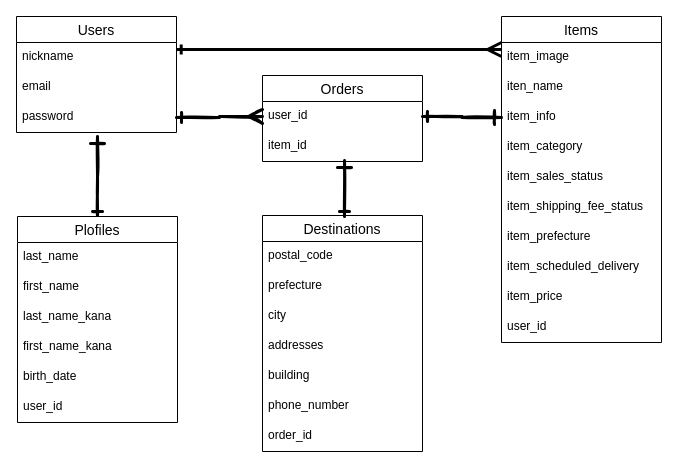
Before: mks-ER.dio in masamizum/furima-kagawa2021-TMS, a draw.io diagram. Source tidied: cells renumbered, new cells numbered last; positions are measured from the earlier drawing's top-left corner, leaving out a move shared by most shapes. Both pictures are drawn from the tidied source at 100%, with x=0, y=0 at pixel (16, 16).
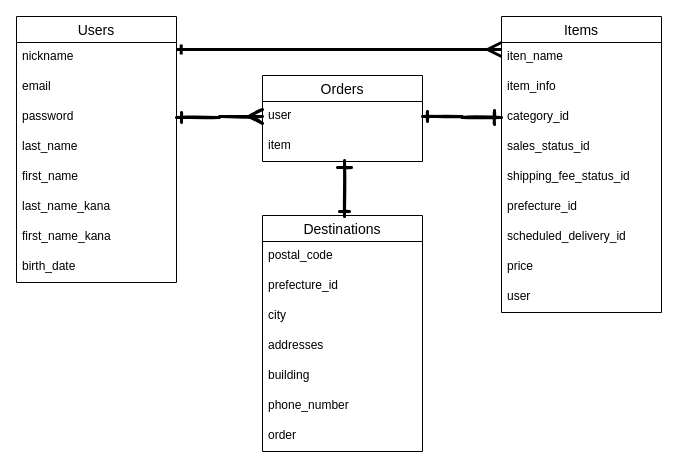
Above is the later version.

Commit message:
UsersテーブルとPlofilesテーブルを統一、ER図変更

合わせてメンターの方の指示、また簡略化のためにカラム名変更

The change refers to these unchanged cells:
```xml
<mxCell id="17" value="Orders" style="swimlane;fontStyle=0;horizontal=1;startSize=26;align=center;fontSize=14;" parent="1" vertex="1">
  <mxGeometry x="246" y="59" width="160" height="86" as="geometry" />
</mxCell>
<mxCell id="29" value="Destinations" style="swimlane;fontStyle=0;horizontal=1;startSize=26;align=center;fontSize=14;" parent="1" vertex="1">
  <mxGeometry x="246" y="199" width="160" height="236" as="geometry" />
</mxCell>
```

What changed in the source:
```diff
@@
     <mxCell id="2" value="Users" style="swimlane;fontStyle=0;horizontal=1;startSize=26;align=center;fontSize=14;" parent="1" vertex="1">
-      <mxGeometry width="160" height="116" as="geometry" />
+      <mxGeometry width="160" height="266" as="geometry" />
     </mxCell>
@@
+    <mxCell id="23" value="last_name" style="text;strokeColor=none;fillColor=none;spacingLeft=4;spacingRight=4;overflow=hidden;fontSize=12;" parent="2" vertex="1">
+      <mxGeometry y="116" width="160" height="30" as="geometry" />
+    </mxCell>
+    <mxCell id="24" value="first_name" style="text;strokeColor=none;fillColor=none;spacingLeft=4;spacingRight=4;overflow=hidden;fontSize=12;" parent="2" vertex="1">
+      <mxGeometry y="146" width="160" height="30" as="geometry" />
+    </mxCell>
+    <mxCell id="25" value="last_name_kana" style="text;strokeColor=none;fillColor=none;spacingLeft=4;spacingRight=4;overflow=hidden;fontSize=12;" parent="2" vertex="1">
+      <mxGeometry y="176" width="160" height="30" as="geometry" />
+    </mxCell>
+    <mxCell id="26" value="first_name_kana" style="text;strokeColor=none;fillColor=none;spacingLeft=4;spacingRight=4;overflow=hidden;fontSize=12;" parent="2" vertex="1">
+      <mxGeometry y="206" width="160" height="30" as="geometry" />
+    </mxCell>
+    <mxCell id="27" value="birth_date" style="text;strokeColor=none;fillColor=none;spacingLeft=4;spacingRight=4;overflow=hidden;fontSize=12;" parent="2" vertex="1">
+      <mxGeometry y="236" width="160" height="30" as="geometry" />
+    </mxCell>
     <mxCell id="6" value="Items" style="swimlane;fontStyle=0;horizontal=1;startSize=26;align=center;fontSize=14;" parent="1" vertex="1">
-      <mxGeometry x="485" width="160" height="326" as="geometry" />
+      <mxGeometry x="485" width="160" height="296" as="geometry" />
     </mxCell>
-    <mxCell id="7" value="item_image" style="text;strokeColor=none;fillColor=none;spacingLeft=4;spacingRight=4;overflow=hidden;fontSize=12;" parent="6" vertex="1">
-      <mxGeometry y="26" width="160" height="30" as="geometry" />
-    </mxCell>
     <mxCell id="8" value="iten_name" style="text;strokeColor=none;fillColor=none;spacingLeft=4;spacingRight=4;overflow=hidden;fontSize=12;" parent="6" vertex="1">
-      <mxGeometry y="56" width="160" height="30" as="geometry" />
+      <mxGeometry y="26" width="160" height="30" as="geometry" />
     </mxCell>
     <mxCell id="9" value="item_info" style="text;strokeColor=none;fillColor=none;spacingLeft=4;spacingRight=4;overflow=hidden;points=[[0,0.5],[1,0.5]];portConstraint=eastwest;fontSize=12;" parent="6" vertex="1">
-      <mxGeometry y="86" width="160" height="30" as="geometry" />
+      <mxGeometry y="56" width="160" height="30" as="geometry" />
     </mxCell>
-    <mxCell id="10" value="item_category" style="text;strokeColor=none;fillColor=none;spacingLeft=4;spacingRight=4;overflow=hidden;points=[[0,0.5],[1,0.5]];portConstraint=eastwest;fontSize=12;" parent="6" vertex="1">
-      <mxGeometry y="116" width="160" height="30" as="geometry" />
+    <mxCell id="10" value="category_id" style="text;strokeColor=none;fillColor=none;spacingLeft=4;spacingRight=4;overflow=hidden;points=[[0,0.5],[1,0.5]];portConstraint=eastwest;fontSize=12;" parent="6" vertex="1">
+      <mxGeometry y="86" width="160" height="30" as="geometry" />
     </mxCell>
-    <mxCell id="11" value="item_sales_status" style="text;strokeColor=none;fillColor=none;spacingLeft=4;spacingRight=4;overflow=hidden;fontSize=12;" parent="6" vertex="1">
-      <mxGeometry y="146" width="160" height="30" as="geometry" />
+    <mxCell id="11" value="sales_status_id" style="text;strokeColor=none;fillColor=none;spacingLeft=4;spacingRight=4;overflow=hidden;fontSize=12;" parent="6" vertex="1">
+      <mxGeometry y="116" width="160" height="30" as="geometry" />
     </mxCell>
-    <mxCell id="12" value="item_shipping_fee_status" style="text;strokeColor=none;fillColor=none;spacingLeft=4;spacingRight=4;overflow=hidden;fontSize=12;" parent="6" vertex="1">
-      <mxGeometry y="176" width="160" height="30" as="geometry" />
+    <mxCell id="12" value="shipping_fee_status_id" style="text;strokeColor=none;fillColor=none;spacingLeft=4;spacingRight=4;overflow=hidden;fontSize=12;" parent="6" vertex="1">
+      <mxGeometry y="146" width="160" height="30" as="geometry" />
     </mxCell>
-    <mxCell id="13" value="item_prefecture" style="text;strokeColor=none;fillColor=none;spacingLeft=4;spacingRight=4;overflow=hidden;fontSize=12;" parent="6" vertex="1">
-      <mxGeometry y="206" width="160" height="30" as="geometry" />
+    <mxCell id="13" value="prefecture_id" style="text;strokeColor=none;fillColor=none;spacingLeft=4;spacingRight=4;overflow=hidden;fontSize=12;" parent="6" vertex="1">
+      <mxGeometry y="176" width="160" height="30" as="geometry" />
     </mxCell>
-    <mxCell id="14" value="item_scheduled_delivery" style="text;strokeColor=none;fillColor=none;spacingLeft=4;spacingRight=4;overflow=hidden;fontSize=12;" parent="6" vertex="1">
-      <mxGeometry y="236" width="160" height="30" as="geometry" />
+    <mxCell id="14" value="scheduled_delivery_id" style="text;strokeColor=none;fillColor=none;spacingLeft=4;spacingRight=4;overflow=hidden;fontSize=12;" parent="6" vertex="1">
+      <mxGeometry y="206" width="160" height="30" as="geometry" />
     </mxCell>
-    <mxCell id="15" value="item_price" style="text;strokeColor=none;fillColor=none;spacingLeft=4;spacingRight=4;overflow=hidden;fontSize=12;" parent="6" vertex="1">
-      <mxGeometry y="266" width="160" height="30" as="geometry" />
+    <mxCell id="15" value="price" style="text;strokeColor=none;fillColor=none;spacingLeft=4;spacingRight=4;overflow=hidden;fontSize=12;" parent="6" vertex="1">
+      <mxGeometry y="236" width="160" height="30" as="geometry" />
     </mxCell>
-    <mxCell id="16" value="user_id" style="text;strokeColor=none;fillColor=none;spacingLeft=4;spacingRight=4;overflow=hidden;fontSize=12;" parent="6" vertex="1">
-      <mxGeometry y="296" width="160" height="30" as="geometry" />
+    <mxCell id="16" value="user" style="text;strokeColor=none;fillColor=none;spacingLeft=4;spacingRight=4;overflow=hidden;fontSize=12;" parent="6" vertex="1">
+      <mxGeometry y="266" width="160" height="30" as="geometry" />
     </mxCell>
@@
-    <mxCell id="18" value="user_id" style="text;strokeColor=none;fillColor=none;spacingLeft=4;spacingRight=4;overflow=hidden;points=[[0,0.5],[1,0.5]];portConstraint=eastwest;fontSize=12;" parent="17" vertex="1">
+    <mxCell id="18" value="user" style="text;strokeColor=none;fillColor=none;spacingLeft=4;spacingRight=4;overflow=hidden;points=[[0,0.5],[1,0.5]];portConstraint=eastwest;fontSize=12;" parent="17" vertex="1">
       <mxGeometry y="26" width="160" height="30" as="geometry" />
     </mxCell>
-    <mxCell id="19" value="item_id" style="text;strokeColor=none;fillColor=none;spacingLeft=4;spacingRight=4;overflow=hidden;fontSize=12;" parent="17" vertex="1">
+    <mxCell id="19" value="item" style="text;strokeColor=none;fillColor=none;spacingLeft=4;spacingRight=4;overflow=hidden;fontSize=12;" parent="17" vertex="1">
       <mxGeometry y="56" width="160" height="30" as="geometry" />
     </mxCell>
@@
-    <mxCell id="21" style="edgeStyle=orthogonalEdgeStyle;rounded=0;sketch=1;jumpSize=10;jettySize=auto;html=1;exitX=0.5;exitY=0;exitDx=0;exitDy=0;startArrow=ERone;startFill=0;endArrow=ERone;endFill=0;endSize=10;strokeWidth=3;" parent="1" edge="1" source="22">
-      <mxGeometry relative="1" as="geometry">
-        <mxPoint x="81" y="120" as="targetPoint" />
-      </mxGeometry>
-    </mxCell>
-    <mxCell id="22" value="Plofiles" style="swimlane;fontStyle=0;horizontal=1;startSize=26;align=center;fontSize=14;" parent="1" vertex="1">
-      <mxGeometry x="1" y="200" width="160" height="206" as="geometry" />
-    </mxCell>
-    <mxCell id="23" value="last_name" style="text;strokeColor=none;fillColor=none;spacingLeft=4;spacingRight=4;overflow=hidden;fontSize=12;" parent="22" vertex="1">
-      <mxGeometry y="26" width="160" height="30" as="geometry" />
-    </mxCell>
-    <mxCell id="24" value="first_name" style="text;strokeColor=none;fillColor=none;spacingLeft=4;spacingRight=4;overflow=hidden;fontSize=12;" parent="22" vertex="1">
-      <mxGeometry y="56" width="160" height="30" as="geometry" />
-    </mxCell>
-    <mxCell id="25" value="last_name_kana" style="text;strokeColor=none;fillColor=none;spacingLeft=4;spacingRight=4;overflow=hidden;fontSize=12;" parent="22" vertex="1">
-      <mxGeometry y="86" width="160" height="30" as="geometry" />
-    </mxCell>
-    <mxCell id="26" value="first_name_kana" style="text;strokeColor=none;fillColor=none;spacingLeft=4;spacingRight=4;overflow=hidden;fontSize=12;" parent="22" vertex="1">
-      <mxGeometry y="116" width="160" height="30" as="geometry" />
-    </mxCell>
-    <mxCell id="27" value="birth_date" style="text;strokeColor=none;fillColor=none;spacingLeft=4;spacingRight=4;overflow=hidden;fontSize=12;" parent="22" vertex="1">
-      <mxGeometry y="146" width="160" height="30" as="geometry" />
-    </mxCell>
-    <mxCell id="28" value="user_id" style="text;strokeColor=none;fillColor=none;spacingLeft=4;spacingRight=4;overflow=hidden;fontSize=12;" parent="22" vertex="1">
-      <mxGeometry y="176" width="160" height="30" as="geometry" />
-    </mxCell>
@@
-    <mxCell id="31" value="prefecture" style="text;strokeColor=none;fillColor=none;spacingLeft=4;spacingRight=4;overflow=hidden;fontSize=12;" parent="29" vertex="1">
+    <mxCell id="31" value="prefecture_id" style="text;strokeColor=none;fillColor=none;spacingLeft=4;spacingRight=4;overflow=hidden;fontSize=12;" parent="29" vertex="1">
       <mxGeometry y="56" width="160" height="30" as="geometry" />
     </mxCell>
@@
-    <mxCell id="36" value="order_id" style="text;strokeColor=none;fillColor=none;spacingLeft=4;spacingRight=4;overflow=hidden;fontSize=12;" parent="29" vertex="1">
+    <mxCell id="36" value="order" style="text;strokeColor=none;fillColor=none;spacingLeft=4;spacingRight=4;overflow=hidden;fontSize=12;" parent="29" vertex="1">
       <mxGeometry y="206" width="160" height="30" as="geometry" />
     </mxCell>
-    <mxCell id="37" style="edgeStyle=orthogonalEdgeStyle;rounded=0;sketch=1;jumpSize=10;jettySize=auto;html=1;exitX=1;exitY=0.5;exitDx=0;exitDy=0;entryX=0;entryY=0.5;entryDx=0;entryDy=0;startArrow=ERone;startFill=0;endArrow=ERone;endFill=0;endSize=10;strokeWidth=3;" parent="1" edge="1" source="18" target="9">
+    <mxCell id="37" style="edgeStyle=orthogonalEdgeStyle;rounded=0;sketch=1;jumpSize=10;jettySize=auto;html=1;exitX=1;exitY=0.5;exitDx=0;exitDy=0;entryX=0;entryY=0.5;entryDx=0;entryDy=0;startArrow=ERone;startFill=0;endArrow=ERone;endFill=0;endSize=10;strokeWidth=3;" parent="1" edge="1" source="18" target="10">
       <mxGeometry relative="1" as="geometry" />
     </mxCell>
```
